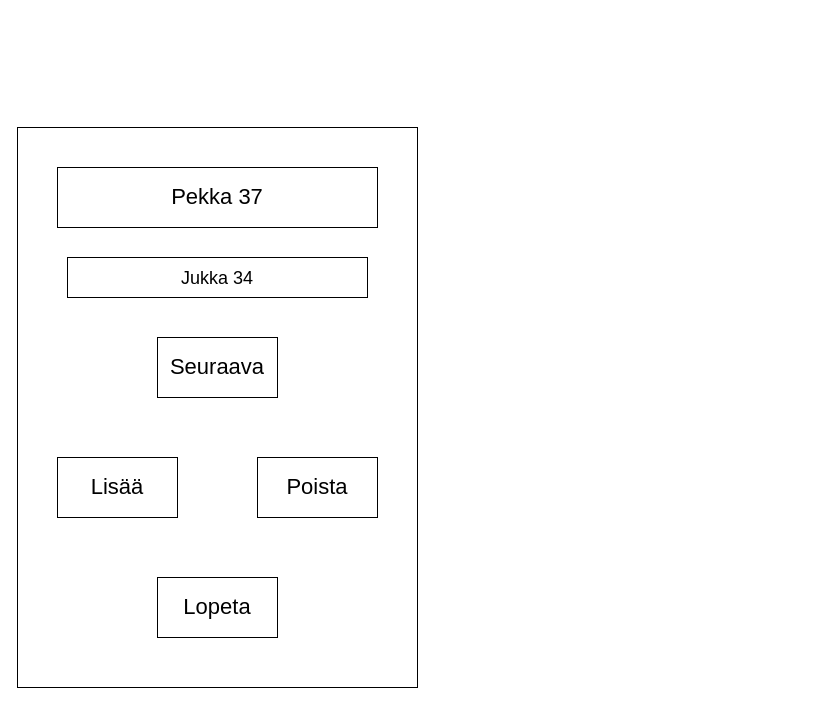
This is suunnitelmat/AppUI1.drawio from Huaptlo/Initiative-tracker, a draw.io file, before an edit. Source tidied: cells renumbered, new cells numbered last; positions are measured from the earlier drawing's top-left corner, leaving out a move shared by most shapes. Both pictures are drawn from the tidied source at 100%, with x=0, y=0 at pixel (17, 127).
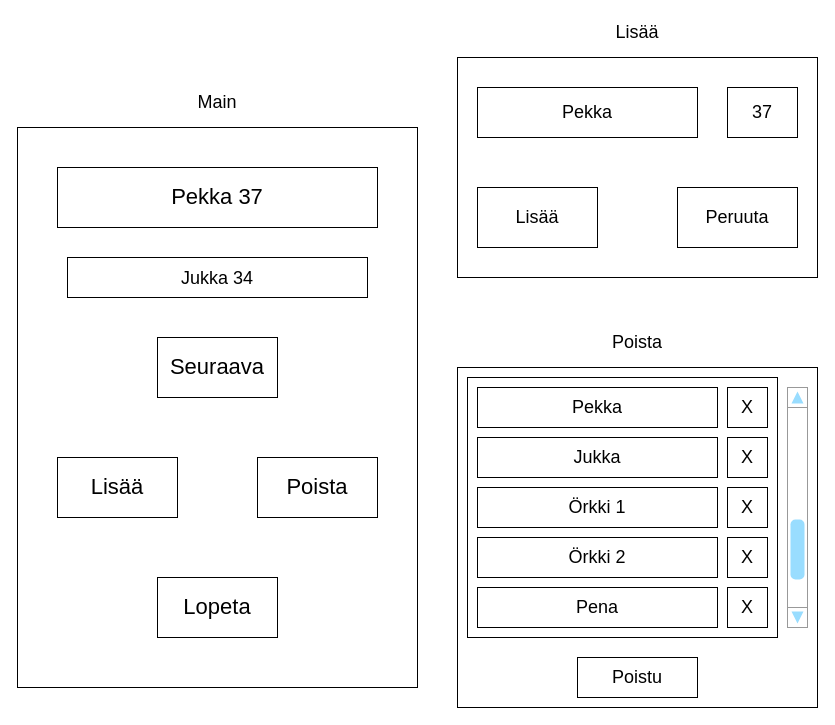
The same diagram, later.

Diff of the diagram source:
```diff
@@
+    <mxCell id="9" style="rounded=0;whiteSpace=wrap;html=1;" parent="1" vertex="1">
+      <mxGeometry x="440" y="-70" width="360" height="220" as="geometry" />
+    </mxCell>
+    <mxCell id="10" value="Pekka" style="rounded=0;whiteSpace=wrap;html=1;fontSize=18;" parent="1" vertex="1">
+      <mxGeometry x="460" y="-40" width="220" height="50" as="geometry" />
+    </mxCell>
+    <mxCell id="11" value="37" style="rounded=0;whiteSpace=wrap;html=1;fontSize=18;" parent="1" vertex="1">
+      <mxGeometry x="710" y="-40" width="70" height="50" as="geometry" />
+    </mxCell>
+    <mxCell id="12" value="Lisää" style="rounded=0;whiteSpace=wrap;html=1;fontSize=18;" parent="1" vertex="1">
+      <mxGeometry x="460" y="60" width="120" height="60" as="geometry" />
+    </mxCell>
+    <mxCell id="13" value="Peruuta" style="rounded=0;whiteSpace=wrap;html=1;fontSize=18;" parent="1" vertex="1">
+      <mxGeometry x="660" y="60" width="120" height="60" as="geometry" />
+    </mxCell>
+    <mxCell id="14" style="rounded=0;whiteSpace=wrap;html=1;fontSize=18;" parent="1" vertex="1">
+      <mxGeometry x="440" y="240" width="360" height="340" as="geometry" />
+    </mxCell>
+    <mxCell id="15" style="rounded=0;whiteSpace=wrap;html=1;fontSize=18;verticalAlign=middle;" parent="1" vertex="1">
+      <mxGeometry x="450" y="250" width="310" height="260" as="geometry" />
+    </mxCell>
+    <mxCell id="16" value="Pekka" style="rounded=0;whiteSpace=wrap;html=1;fontSize=18;" parent="1" vertex="1">
+      <mxGeometry x="460" y="260" width="240" height="40" as="geometry" />
+    </mxCell>
+    <mxCell id="17" value="X" style="rounded=0;whiteSpace=wrap;html=1;fontSize=18;" parent="1" vertex="1">
+      <mxGeometry x="710" y="260" width="40" height="40" as="geometry" />
+    </mxCell>
+    <mxCell id="18" value="Jukka" style="rounded=0;whiteSpace=wrap;html=1;fontSize=18;" parent="1" vertex="1">
+      <mxGeometry x="460" y="310" width="240" height="40" as="geometry" />
+    </mxCell>
+    <mxCell id="19" value="X" style="rounded=0;whiteSpace=wrap;html=1;fontSize=18;" parent="1" vertex="1">
+      <mxGeometry x="710" y="310" width="40" height="40" as="geometry" />
+    </mxCell>
+    <mxCell id="20" value="Örkki 1" style="rounded=0;whiteSpace=wrap;html=1;fontSize=18;" parent="1" vertex="1">
+      <mxGeometry x="460" y="360" width="240" height="40" as="geometry" />
+    </mxCell>
+    <mxCell id="21" value="X" style="rounded=0;whiteSpace=wrap;html=1;fontSize=18;" parent="1" vertex="1">
+      <mxGeometry x="710" y="360" width="40" height="40" as="geometry" />
+    </mxCell>
+    <mxCell id="22" value="Örkki 2" style="rounded=0;whiteSpace=wrap;html=1;fontSize=18;" parent="1" vertex="1">
+      <mxGeometry x="460" y="410" width="240" height="40" as="geometry" />
+    </mxCell>
+    <mxCell id="23" value="X" style="rounded=0;whiteSpace=wrap;html=1;fontSize=18;" parent="1" vertex="1">
+      <mxGeometry x="710" y="410" width="40" height="40" as="geometry" />
+    </mxCell>
+    <mxCell id="24" value="Pena" style="rounded=0;whiteSpace=wrap;html=1;fontSize=18;" parent="1" vertex="1">
+      <mxGeometry x="460" y="460" width="240" height="40" as="geometry" />
+    </mxCell>
+    <mxCell id="25" value="X" style="rounded=0;whiteSpace=wrap;html=1;fontSize=18;" parent="1" vertex="1">
+      <mxGeometry x="710" y="460" width="40" height="40" as="geometry" />
+    </mxCell>
+    <mxCell id="26" style="verticalLabelPosition=bottom;shadow=0;dashed=0;align=center;html=1;verticalAlign=top;strokeWidth=1;shape=mxgraph.mockup.navigation.scrollBar;strokeColor=#999999;barPos=20;fillColor2=#99ddff;strokeColor2=none;direction=north;fontSize=18;" parent="1" vertex="1">
+      <mxGeometry x="770" y="260" width="20" height="240" as="geometry" />
+    </mxCell>
+    <mxCell id="27" value="Poistu" style="rounded=0;whiteSpace=wrap;html=1;fontSize=18;" parent="1" vertex="1">
+      <mxGeometry x="560" y="530" width="120" height="40" as="geometry" />
+    </mxCell>
+    <mxCell id="28" value="Main" style="text;html=1;strokeColor=none;fillColor=none;align=center;verticalAlign=middle;whiteSpace=wrap;rounded=0;fontSize=18;" parent="1" vertex="1">
+      <mxGeometry x="170" y="-40" width="60" height="30" as="geometry" />
+    </mxCell>
+    <mxCell id="29" value="Lisää" style="text;html=1;strokeColor=none;fillColor=none;align=center;verticalAlign=middle;whiteSpace=wrap;rounded=0;fontSize=18;" parent="1" vertex="1">
+      <mxGeometry x="590" y="-110" width="60" height="30" as="geometry" />
+    </mxCell>
+    <mxCell id="30" value="Poista" style="text;html=1;strokeColor=none;fillColor=none;align=center;verticalAlign=middle;whiteSpace=wrap;rounded=0;fontSize=18;" parent="1" vertex="1">
+      <mxGeometry x="590" y="200" width="60" height="30" as="geometry" />
+    </mxCell>
```
